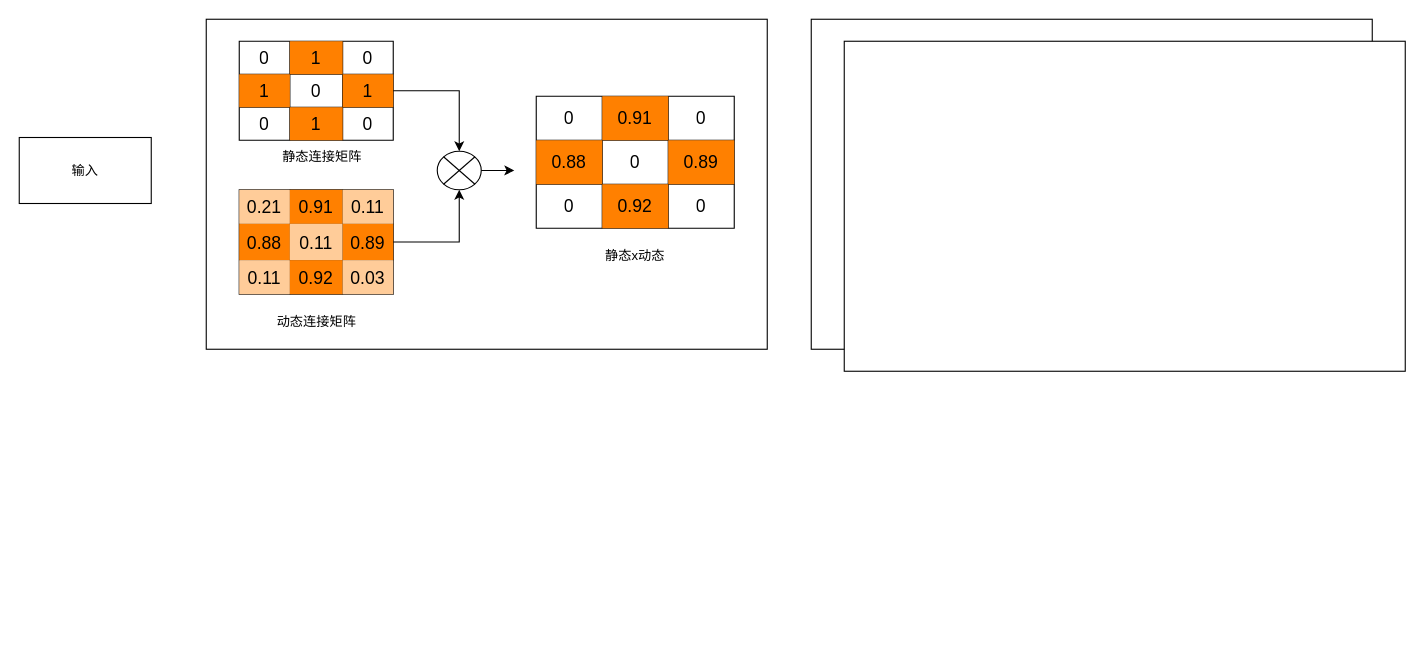
Earlier version of the draw.io diagram 动态图注意力模块.drawio (DaoweiJiang/uml). Source tidied: cells renumbered, new cells numbered last; positions are measured from the earlier drawing's top-left corner, leaving out a move shared by most shapes. Both pictures are drawn from the tidied source at 110%, with x=0, y=0 at pixel (19, 19).
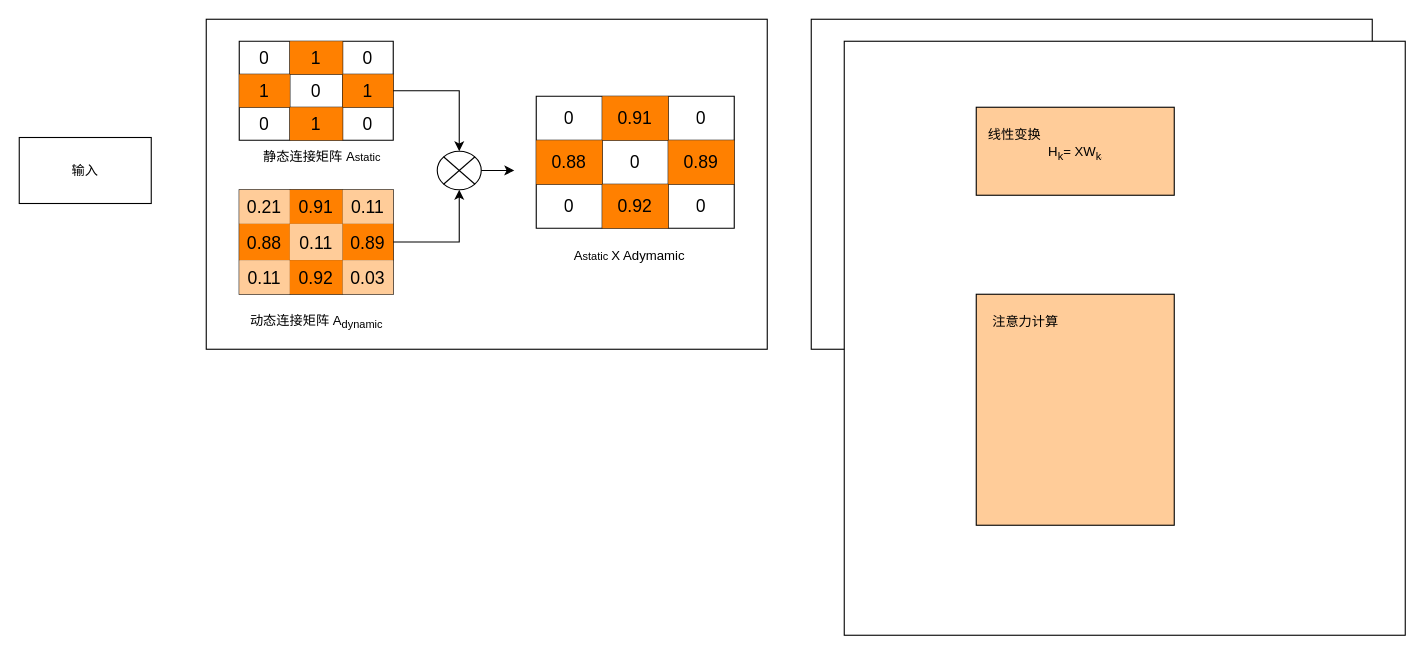
Above is the later version.

Commit message:
更新动态图注意力模块.drawio

Diff of the diagram source:
```diff
@@
-    <mxCell id="17" value="静态连接矩阵" style="text;html=1;align=center;verticalAlign=middle;strokeColor=none;fillColor=none;" parent="1" vertex="1">
-      <mxGeometry x="225" y="110" width="100" height="30" as="geometry" />
+    <mxCell id="17" value="静态连接矩阵 A&lt;span style=&quot;font-size: 10px;&quot;&gt;static&lt;/span&gt;" style="text;html=1;align=center;verticalAlign=middle;strokeColor=none;fillColor=none;" parent="1" vertex="1">
+      <mxGeometry x="210" y="110" width="130" height="30" as="geometry" />
     </mxCell>
@@
-    <mxCell id="31" value="动态连接矩阵" style="text;html=1;align=center;verticalAlign=middle;strokeColor=none;fillColor=none;" parent="1" vertex="1">
-      <mxGeometry x="220" y="260" width="100" height="30" as="geometry" />
+    <mxCell id="31" value="动态连接矩阵 A&lt;sub&gt;dynamic&lt;/sub&gt;" style="text;html=1;align=center;verticalAlign=middle;strokeColor=none;fillColor=none;" parent="1" vertex="1">
+      <mxGeometry x="200" y="260" width="140" height="30" as="geometry" />
     </mxCell>
@@
-    <mxCell id="49" value="静态x动态" style="text;html=1;align=center;verticalAlign=middle;whiteSpace=wrap;rounded=0;" parent="1" vertex="1">
-      <mxGeometry x="530" y="200" width="60" height="30" as="geometry" />
+    <mxCell id="49" value="A&lt;span style=&quot;font-size: 10px;&quot;&gt;static&amp;nbsp;&lt;/span&gt;X Adymamic" style="text;html=1;align=center;verticalAlign=middle;whiteSpace=wrap;rounded=0;" parent="1" vertex="1">
+      <mxGeometry x="480" y="200" width="150" height="30" as="geometry" />
     </mxCell>
@@
     <mxCell id="51" style="rounded=0;whiteSpace=wrap;html=1;" parent="1" vertex="1">
-      <mxGeometry x="750" y="20" width="510" height="300" as="geometry" />
+      <mxGeometry x="750" y="20" width="510" height="540" as="geometry" />
     </mxCell>
+    <mxCell id="52" value="&lt;sub&gt;&lt;span style=&quot;font-size: 12px;&quot;&gt;H&lt;sub&gt;k&lt;/sub&gt;= XW&lt;u&gt;&lt;sub&gt;k&lt;/sub&gt;&lt;/u&gt;&lt;/span&gt;&lt;/sub&gt;" style="rounded=0;whiteSpace=wrap;html=1;fillColor=#FFCC99;" parent="1" vertex="1">
+      <mxGeometry x="870" y="80" width="180" height="80" as="geometry" />
+    </mxCell>
+    <mxCell id="53" value="线性变换" style="text;html=1;align=center;verticalAlign=middle;whiteSpace=wrap;rounded=0;" parent="1" vertex="1">
+      <mxGeometry x="870" y="90" width="70" height="30" as="geometry" />
+    </mxCell>
+    <mxCell id="54" style="rounded=0;whiteSpace=wrap;html=1;fillColor=#FFCC99;" parent="1" vertex="1">
+      <mxGeometry x="870" y="250" width="180" height="210" as="geometry" />
+    </mxCell>
+    <mxCell id="55" value="注意力计算" style="text;html=1;align=center;verticalAlign=middle;whiteSpace=wrap;rounded=0;" parent="1" vertex="1">
+      <mxGeometry x="880" y="260" width="70" height="30" as="geometry" />
+    </mxCell>
```
